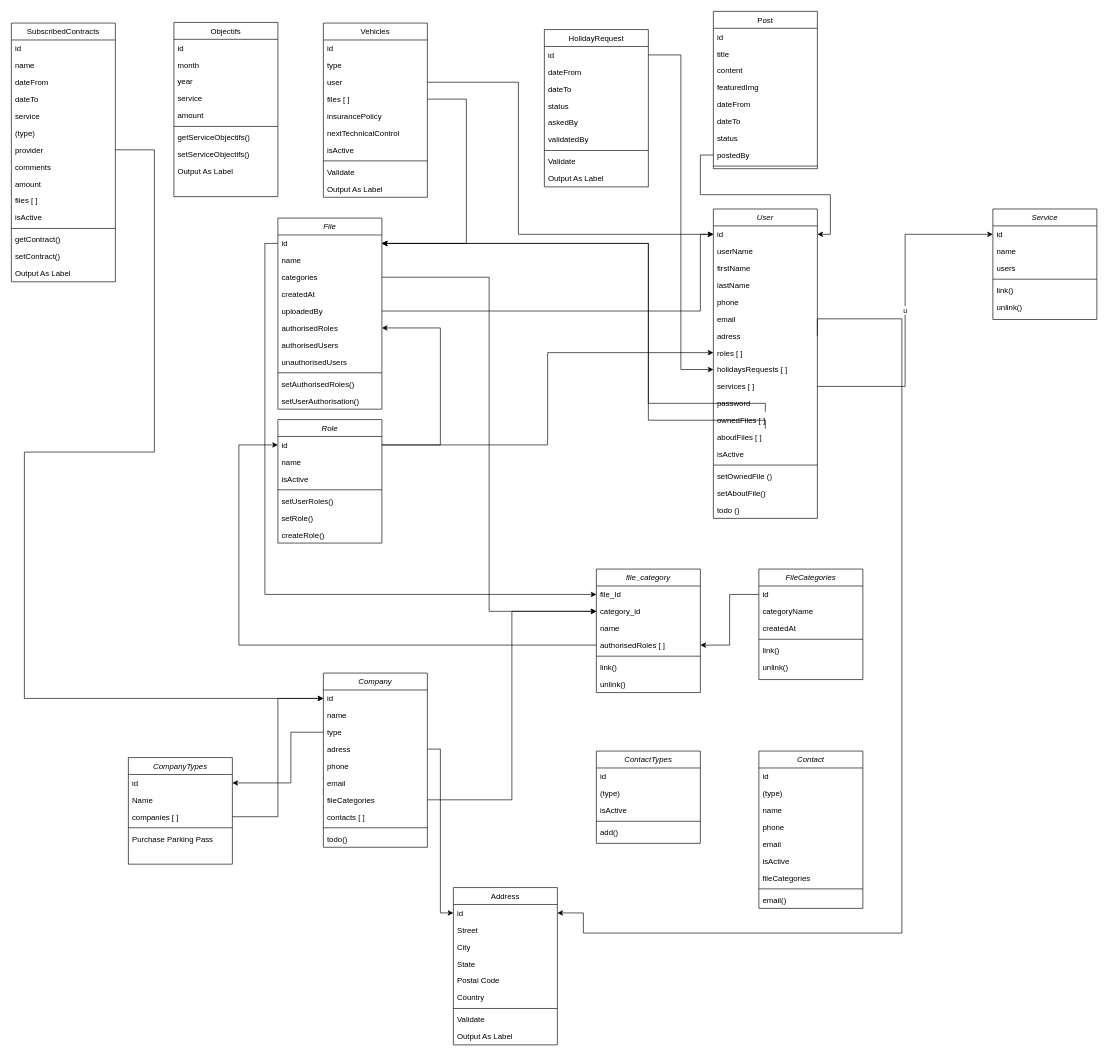
Earlier version of the draw.io diagram assets/database_reference.drawio (ohugonnot/symfony-velzon-api). Source tidied: cells renumbered, new cells numbered last; positions are measured from the earlier drawing's top-left corner, leaving out a move shared by most shapes. Both pictures are drawn from the tidied source at 65%, with x=0, y=0 at pixel (11, 11).
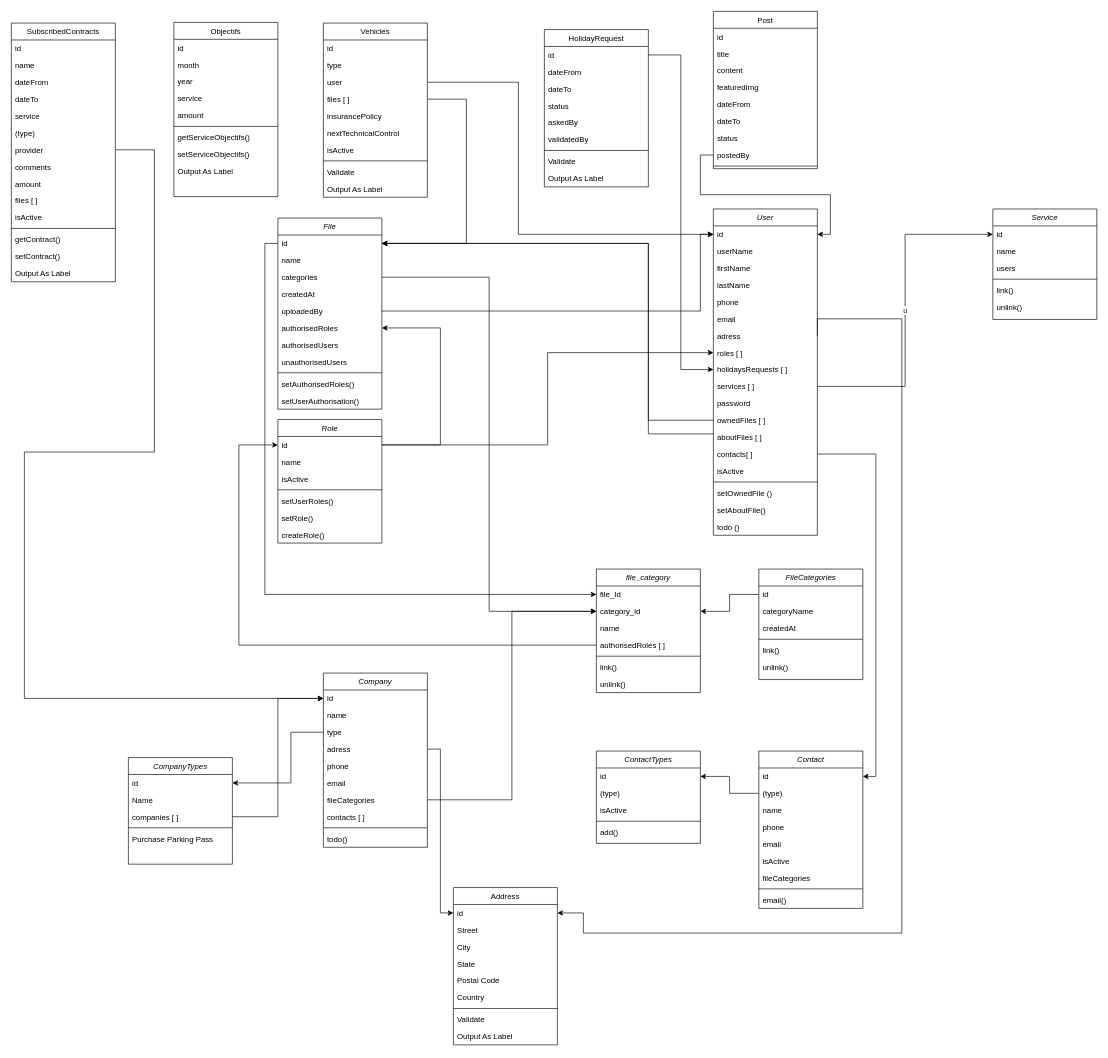
The same diagram, later.

Commit message:
Mettre à jour database_reference.drawio

The change refers to these unchanged cells:
```xml
<mxCell id="14" value="ownedFiles [ ]" style="text;align=left;verticalAlign=top;spacingLeft=4;spacingRight=4;overflow=hidden;points=[[0,0.5],[1,0.5]];portConstraint=eastwest;rounded=0;shadow=0;html=0;" parent="2" vertex="1">
  <mxGeometry y="312" width="160" height="26" as="geometry" />
</mxCell>
<mxCell id="15" value="aboutFiles [ ]" style="text;align=left;verticalAlign=top;spacingLeft=4;spacingRight=4;overflow=hidden;points=[[0,0.5],[1,0.5]];portConstraint=eastwest;rounded=0;shadow=0;html=0;" parent="2" vertex="1">
  <mxGeometry y="338" width="160" height="26" as="geometry" />
</mxCell>
<mxCell id="32" value="id" style="text;align=left;verticalAlign=top;spacingLeft=4;spacingRight=4;overflow=hidden;points=[[0,0.5],[1,0.5]];portConstraint=eastwest;" parent="31" vertex="1">
  <mxGeometry y="26" width="160" height="26" as="geometry" />
</mxCell>
<mxCell id="33" value="(type)" style="text;align=left;verticalAlign=top;spacingLeft=4;spacingRight=4;overflow=hidden;points=[[0,0.5],[1,0.5]];portConstraint=eastwest;" parent="31" vertex="1">
  <mxGeometry y="52" width="160" height="26" as="geometry" />
</mxCell>
<mxCell id="59" value="id" style="text;align=left;verticalAlign=top;spacingLeft=4;spacingRight=4;overflow=hidden;points=[[0,0.5],[1,0.5]];portConstraint=eastwest;" parent="58" vertex="1">
  <mxGeometry y="26" width="160" height="26" as="geometry" />
</mxCell>
<mxCell id="71" value="id" style="text;align=left;verticalAlign=top;spacingLeft=4;spacingRight=4;overflow=hidden;points=[[0,0.5],[1,0.5]];portConstraint=eastwest;" parent="70" vertex="1">
  <mxGeometry y="26" width="160" height="26" as="geometry" />
</mxCell>
<mxCell id="79" value="category_id" style="text;align=left;verticalAlign=top;spacingLeft=4;spacingRight=4;overflow=hidden;points=[[0,0.5],[1,0.5]];portConstraint=eastwest;" parent="77" vertex="1">
  <mxGeometry y="52" width="160" height="26" as="geometry" />
</mxCell>
<mxCell id="81" value="authorisedRoles [ ]" style="text;align=left;verticalAlign=top;spacingLeft=4;spacingRight=4;overflow=hidden;points=[[0,0.5],[1,0.5]];portConstraint=eastwest;" parent="77" vertex="1">
  <mxGeometry y="104" width="160" height="26" as="geometry" />
</mxCell>
<mxCell id="114" value="id" style="text;align=left;verticalAlign=top;spacingLeft=4;spacingRight=4;overflow=hidden;points=[[0,0.5],[1,0.5]];portConstraint=eastwest;" parent="113" vertex="1">
  <mxGeometry y="26" width="160" height="26" as="geometry" />
</mxCell>
```

What changed in the source:
```diff
@@
     <mxCell id="2" value="User" style="swimlane;fontStyle=2;align=center;verticalAlign=top;horizontal=1;startSize=26;rounded=0;shadow=0;strokeWidth=1;" parent="1" vertex="1">
-      <mxGeometry x="1080" y="304" width="160" height="476" as="geometry" />
+      <mxGeometry x="1080" y="304" width="160" height="502" as="geometry" />
     </mxCell>
@@
+    <mxCell id="183" value="contacts[ ]" style="text;align=left;verticalAlign=top;spacingLeft=4;spacingRight=4;overflow=hidden;points=[[0,0.5],[1,0.5]];portConstraint=eastwest;rounded=0;shadow=0;html=0;" parent="2" vertex="1">
+      <mxGeometry y="364" width="160" height="26" as="geometry" />
+    </mxCell>
     <mxCell id="16" value="isActive" style="text;align=left;verticalAlign=top;spacingLeft=4;spacingRight=4;overflow=hidden;rounded=0;shadow=0;html=0;" parent="2" vertex="1">
-      <mxGeometry y="364" width="160" height="26" as="geometry" />
+      <mxGeometry y="390" width="160" height="26" as="geometry" />
     </mxCell>
     <mxCell id="17" style="line;html=1;strokeWidth=1;align=left;verticalAlign=middle;spacingTop=-1;spacingLeft=3;spacingRight=3;labelPosition=right;" parent="2" vertex="1">
-      <mxGeometry y="390" width="160" height="8" as="geometry" />
+      <mxGeometry y="416" width="160" height="8" as="geometry" />
     </mxCell>
     <mxCell id="18" value="setOwnedFile ()" style="text;align=left;verticalAlign=top;spacingLeft=4;spacingRight=4;overflow=hidden;" parent="2" vertex="1">
-      <mxGeometry y="398" width="160" height="26" as="geometry" />
+      <mxGeometry y="424" width="160" height="26" as="geometry" />
     </mxCell>
     <mxCell id="19" value="setAboutFile()" style="text;align=left;verticalAlign=top;spacingLeft=4;spacingRight=4;overflow=hidden;" parent="2" vertex="1">
-      <mxGeometry y="424" width="160" height="26" as="geometry" />
+      <mxGeometry y="450" width="160" height="26" as="geometry" />
     </mxCell>
     <mxCell id="20" value="todo ()" style="text;align=left;verticalAlign=top;spacingLeft=4;spacingRight=4;overflow=hidden;" parent="2" vertex="1">
-      <mxGeometry y="450" width="160" height="26" as="geometry" />
+      <mxGeometry y="476" width="160" height="26" as="geometry" />
     </mxCell>
@@
     <mxCell id="85" style="edgeStyle=orthogonalEdgeStyle;rounded=0;jettySize=auto;html=1;entryX=1;entryY=0.5;entryDx=0;entryDy=0;" parent="1" edge="1" source="14" target="59">
       <mxGeometry relative="1" as="geometry">
         <Array as="points">
-          <mxPoint x="980" y="603" />
+          <mxPoint x="980" y="629" />
           <mxPoint x="980" y="357" />
         </Array>
       </mxGeometry>
     </mxCell>
-    <mxCell id="86" style="edgeStyle=orthogonalEdgeStyle;rounded=0;jettySize=auto;html=1;exitX=0;exitY=0.5;exitDx=0;exitDy=0;entryX=1;entryY=0.5;entryDx=0;entryDy=0;" parent="1" edge="1" source="71" target="81">
-      <mxGeometry relative="1" as="geometry" />
-    </mxCell>
@@
     <mxCell id="112" style="edgeStyle=orthogonalEdgeStyle;rounded=0;jettySize=auto;html=1;entryX=1;entryY=0.5;entryDx=0;entryDy=0;" parent="1" edge="1" source="15" target="59">
       <mxGeometry relative="1" as="geometry">
         <Array as="points">
-          <mxPoint x="980" y="629" />
+          <mxPoint x="980" y="650" />
           <mxPoint x="980" y="357" />
         </Array>
       </mxGeometry>
     </mxCell>
@@
+    <mxCell id="184" style="edgeStyle=orthogonalEdgeStyle;rounded=0;jettySize=auto;html=1;entryX=1;entryY=0.5;entryDx=0;entryDy=0;" parent="1" edge="1" source="183" target="32">
+      <mxGeometry relative="1" as="geometry" />
+    </mxCell>
+    <mxCell id="185" style="edgeStyle=orthogonalEdgeStyle;rounded=0;jettySize=auto;html=1;entryX=1;entryY=0.5;entryDx=0;entryDy=0;" parent="1" edge="1" source="33" target="114">
+      <mxGeometry relative="1" as="geometry" />
+    </mxCell>
+    <mxCell id="186" style="edgeStyle=orthogonalEdgeStyle;rounded=0;jettySize=auto;html=1;exitX=0;exitY=0.5;exitDx=0;exitDy=0;" parent="1" edge="1" source="71" target="79">
+      <mxGeometry relative="1" as="geometry" />
+    </mxCell>
```
